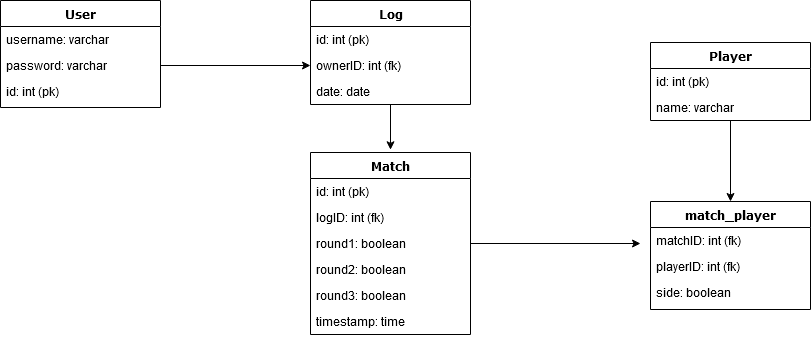
Before: documentation/data.png, a diagram exported from draw.io (sorjjoon/MyParser). Source tidied: cells renumbered, new cells last; positions are measured from the earlier drawing's top-left corner, leaving out a move shared by most shapes. The source it was exported from:
```xml
<mxGraphModel background="#ffffff">
  <root>
    <mxCell id="0" />
    <mxCell id="1" parent="0" />
    <mxCell id="2" value="User" style="swimlane;html=1;fontStyle=1;align=center;verticalAlign=top;horizontal=1;startSize=26;swimlaneFillColor=#ffffff;rounded=0;shadow=0;comic=0;labelBackgroundColor=none;strokeWidth=1;fillColor=none;fontFamily=Verdana;fontSize=12;" parent="1" vertex="1">
      <mxGeometry width="160" height="107" as="geometry" />
    </mxCell>
    <mxCell id="3" value="username: varchar" style="text;html=1;strokeColor=none;fillColor=none;align=left;verticalAlign=top;spacingLeft=4;spacingRight=4;whiteSpace=wrap;overflow=hidden;" parent="2" vertex="1">
      <mxGeometry y="26" width="160" height="26" as="geometry" />
    </mxCell>
    <mxCell id="4" value="password: varchar" style="text;html=1;strokeColor=none;fillColor=none;align=left;verticalAlign=top;spacingLeft=4;spacingRight=4;whiteSpace=wrap;overflow=hidden;points=[[0,0.5],[1,0.5]];portConstraint=eastwest;" parent="2" vertex="1">
      <mxGeometry y="52" width="160" height="26" as="geometry" />
    </mxCell>
    <mxCell id="5" value="id: int (pk)" style="text;html=1;strokeColor=none;fillColor=none;align=left;verticalAlign=top;spacingLeft=4;spacingRight=4;whiteSpace=wrap;overflow=hidden;" parent="2" vertex="1">
      <mxGeometry y="78" width="160" height="26" as="geometry" />
    </mxCell>
    <mxCell id="6" style="edgeStyle=orthogonalEdgeStyle;rounded=0;jettySize=auto;html=1;exitX=0.5;exitY=1;exitDx=0;exitDy=0;entryX=0.5;entryY=-0.015;entryDx=0;entryDy=0;entryPerimeter=0;" parent="1" edge="1" source="7" target="11">
      <mxGeometry relative="1" as="geometry" />
    </mxCell>
    <mxCell id="7" value="Log" style="swimlane;html=1;fontStyle=1;align=center;verticalAlign=top;horizontal=1;startSize=26;swimlaneFillColor=#ffffff;rounded=0;shadow=0;comic=0;labelBackgroundColor=none;strokeWidth=1;fillColor=none;fontFamily=Verdana;fontSize=12;" parent="1" vertex="1">
      <mxGeometry x="310" width="160" height="104" as="geometry" />
    </mxCell>
    <mxCell id="8" value="id: int (pk)" style="text;html=1;strokeColor=none;fillColor=none;align=left;verticalAlign=top;spacingLeft=4;spacingRight=4;whiteSpace=wrap;overflow=hidden;" parent="7" vertex="1">
      <mxGeometry y="26" width="160" height="26" as="geometry" />
    </mxCell>
    <mxCell id="9" value="ownerID: int (fk)" style="text;html=1;strokeColor=none;fillColor=none;align=left;verticalAlign=top;spacingLeft=4;spacingRight=4;whiteSpace=wrap;overflow=hidden;points=[[0,0.5],[1,0.5]];portConstraint=eastwest;" parent="7" vertex="1">
      <mxGeometry y="52" width="160" height="26" as="geometry" />
    </mxCell>
    <mxCell id="10" value="date: date" style="text;html=1;strokeColor=none;fillColor=none;align=left;verticalAlign=top;spacingLeft=4;spacingRight=4;whiteSpace=wrap;overflow=hidden;" parent="7" vertex="1">
      <mxGeometry y="78" width="160" height="26" as="geometry" />
    </mxCell>
    <mxCell id="11" value="Match" style="swimlane;html=1;fontStyle=1;align=center;verticalAlign=top;horizontal=1;startSize=26;swimlaneFillColor=#ffffff;rounded=0;shadow=0;comic=0;labelBackgroundColor=none;strokeWidth=1;fillColor=none;fontFamily=Verdana;fontSize=12;" parent="1" vertex="1">
      <mxGeometry x="310" y="152" width="160" height="182" as="geometry" />
    </mxCell>
    <mxCell id="12" value="id: int (pk)" style="text;html=1;strokeColor=none;fillColor=none;align=left;verticalAlign=top;spacingLeft=4;spacingRight=4;whiteSpace=wrap;overflow=hidden;" parent="11" vertex="1">
      <mxGeometry y="26" width="160" height="26" as="geometry" />
    </mxCell>
    <mxCell id="13" value="logID: int (fk)" style="text;strokeColor=none;fillColor=none;spacingLeft=4;spacingRight=4;overflow=hidden;fontSize=12;" parent="11" vertex="1">
      <mxGeometry y="52" width="160" height="26" as="geometry" />
    </mxCell>
    <mxCell id="14" value="round1: boolean" style="text;html=1;strokeColor=none;fillColor=none;align=left;verticalAlign=top;spacingLeft=4;spacingRight=4;whiteSpace=wrap;overflow=hidden;points=[[0,0.5],[1,0.5]];portConstraint=eastwest;" parent="11" vertex="1">
      <mxGeometry y="78" width="160" height="26" as="geometry" />
    </mxCell>
    <mxCell id="15" value="round2: boolean" style="text;html=1;strokeColor=none;fillColor=none;align=left;verticalAlign=top;spacingLeft=4;spacingRight=4;whiteSpace=wrap;overflow=hidden;" parent="11" vertex="1">
      <mxGeometry y="104" width="160" height="26" as="geometry" />
    </mxCell>
    <mxCell id="16" value="round3: boolean" style="text;html=1;strokeColor=none;fillColor=none;align=left;verticalAlign=top;spacingLeft=4;spacingRight=4;whiteSpace=wrap;overflow=hidden;" parent="11" vertex="1">
      <mxGeometry y="130" width="160" height="26" as="geometry" />
    </mxCell>
    <mxCell id="17" value="timestamp: time" style="text;html=1;strokeColor=none;fillColor=none;align=left;verticalAlign=top;spacingLeft=4;spacingRight=4;whiteSpace=wrap;overflow=hidden;" parent="11" vertex="1">
      <mxGeometry y="156" width="160" height="26" as="geometry" />
    </mxCell>
    <mxCell id="18" style="edgeStyle=orthogonalEdgeStyle;rounded=0;jettySize=auto;html=1;exitX=0.5;exitY=1;exitDx=0;exitDy=0;entryX=0.5;entryY=0;entryDx=0;entryDy=0;" parent="1" edge="1" source="19" target="22">
      <mxGeometry relative="1" as="geometry" />
    </mxCell>
    <mxCell id="19" value="Player" style="swimlane;html=1;fontStyle=1;align=center;verticalAlign=top;horizontal=1;startSize=26;swimlaneFillColor=#ffffff;rounded=0;shadow=0;comic=0;labelBackgroundColor=none;strokeWidth=1;fillColor=none;fontFamily=Verdana;fontSize=12;" parent="1" vertex="1">
      <mxGeometry x="650" y="42" width="160" height="78" as="geometry" />
    </mxCell>
    <mxCell id="20" value="id: int (pk)" style="text;html=1;strokeColor=none;fillColor=none;align=left;verticalAlign=top;spacingLeft=4;spacingRight=4;whiteSpace=wrap;overflow=hidden;" parent="19" vertex="1">
      <mxGeometry y="26" width="160" height="26" as="geometry" />
    </mxCell>
    <mxCell id="21" value="name: varchar" style="text;html=1;strokeColor=none;fillColor=none;align=left;verticalAlign=top;spacingLeft=4;spacingRight=4;whiteSpace=wrap;overflow=hidden;" parent="19" vertex="1">
      <mxGeometry y="52" width="160" height="26" as="geometry" />
    </mxCell>
    <mxCell id="22" value="match_player" style="swimlane;html=1;fontStyle=1;align=center;verticalAlign=top;horizontal=1;startSize=26;swimlaneFillColor=#ffffff;rounded=0;shadow=0;comic=0;labelBackgroundColor=none;strokeWidth=1;fillColor=none;fontFamily=Verdana;fontSize=12;" parent="1" vertex="1">
      <mxGeometry x="650" y="201" width="160" height="108" as="geometry" />
    </mxCell>
    <mxCell id="23" value="matchID: int (fk)" style="text;html=1;strokeColor=none;fillColor=none;align=left;verticalAlign=top;spacingLeft=4;spacingRight=4;whiteSpace=wrap;overflow=hidden;" parent="22" vertex="1">
      <mxGeometry y="26" width="160" height="26" as="geometry" />
    </mxCell>
    <mxCell id="24" value="playerID: int (fk)" style="text;html=1;strokeColor=none;fillColor=none;align=left;verticalAlign=top;spacingLeft=4;spacingRight=4;whiteSpace=wrap;overflow=hidden;" parent="22" vertex="1">
      <mxGeometry y="52" width="160" height="26" as="geometry" />
    </mxCell>
    <mxCell id="25" value="side: boolean" style="text;html=1;strokeColor=none;fillColor=none;align=left;verticalAlign=top;spacingLeft=4;spacingRight=4;whiteSpace=wrap;overflow=hidden;" parent="22" vertex="1">
      <mxGeometry y="78" width="160" height="26" as="geometry" />
    </mxCell>
    <mxCell id="26" style="edgeStyle=orthogonalEdgeStyle;rounded=0;jettySize=auto;html=1;exitX=1;exitY=0.5;exitDx=0;exitDy=0;entryX=0;entryY=0.5;entryDx=0;entryDy=0;" parent="1" edge="1" source="4" target="9">
      <mxGeometry relative="1" as="geometry" />
    </mxCell>
    <mxCell id="27" style="edgeStyle=orthogonalEdgeStyle;rounded=0;jettySize=auto;html=1;exitX=1;exitY=0.5;exitDx=0;exitDy=0;" parent="1" edge="1" source="14">
      <mxGeometry relative="1" as="geometry">
        <mxPoint x="640" y="243" as="targetPoint" />
      </mxGeometry>
    </mxCell>
  </root>
</mxGraphModel>
```
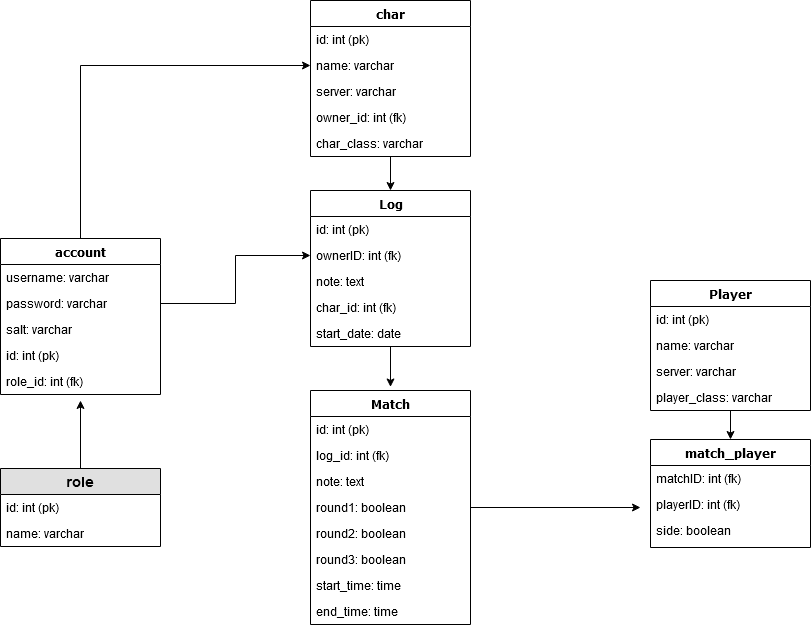
The same file after the commit.

What changed in the source:
```diff
@@ -2,8 +2,15 @@
   <root>
     <mxCell id="0" />
     <mxCell id="1" parent="0" />
+    <mxCell id="28" style="edgeStyle=orthogonalEdgeStyle;rounded=0;jettySize=auto;html=1;entryX=0;entryY=0.5;entryDx=0;entryDy=0;" parent="1" edge="1" source="2" target="45">
+      <mxGeometry relative="1" as="geometry">
+        <Array as="points">
+          <mxPoint x="80" y="-173" />
+        </Array>
+      </mxGeometry>
+    </mxCell>
-    <mxCell id="2" value="User" style="swimlane;html=1;fontStyle=1;align=center;verticalAlign=top;horizontal=1;startSize=26;swimlaneFillColor=#ffffff;rounded=0;shadow=0;comic=0;labelBackgroundColor=none;strokeWidth=1;fillColor=none;fontFamily=Verdana;fontSize=12;" parent="1" vertex="1">
-      <mxGeometry width="160" height="107" as="geometry" />
+    <mxCell id="2" value="account" style="swimlane;html=1;fontStyle=1;align=center;verticalAlign=top;horizontal=1;startSize=26;swimlaneFillColor=#ffffff;rounded=0;shadow=0;comic=0;labelBackgroundColor=none;strokeWidth=1;fillColor=none;fontFamily=Verdana;fontSize=12;" parent="1" vertex="1">
+      <mxGeometry width="160" height="156" as="geometry" />
     </mxCell>
     <mxCell id="3" value="username: varchar" style="text;html=1;strokeColor=none;fillColor=none;align=left;verticalAlign=top;spacingLeft=4;spacingRight=4;whiteSpace=wrap;overflow=hidden;" parent="2" vertex="1">
       <mxGeometry y="26" width="160" height="26" as="geometry" />
@@ -11,14 +18,20 @@
     <mxCell id="4" value="password: varchar" style="text;html=1;strokeColor=none;fillColor=none;align=left;verticalAlign=top;spacingLeft=4;spacingRight=4;whiteSpace=wrap;overflow=hidden;points=[[0,0.5],[1,0.5]];portConstraint=eastwest;" parent="2" vertex="1">
       <mxGeometry y="52" width="160" height="26" as="geometry" />
     </mxCell>
+    <mxCell id="29" value="salt: varchar" style="text;html=1;strokeColor=none;fillColor=none;align=left;verticalAlign=top;spacingLeft=4;spacingRight=4;whiteSpace=wrap;overflow=hidden;" parent="2" vertex="1">
+      <mxGeometry y="78" width="160" height="26" as="geometry" />
+    </mxCell>
     <mxCell id="5" value="id: int (pk)" style="text;html=1;strokeColor=none;fillColor=none;align=left;verticalAlign=top;spacingLeft=4;spacingRight=4;whiteSpace=wrap;overflow=hidden;" parent="2" vertex="1">
-      <mxGeometry y="78" width="160" height="26" as="geometry" />
+      <mxGeometry y="104" width="160" height="26" as="geometry" />
     </mxCell>
+    <mxCell id="30" value="role_id: int (fk)" style="text;html=1;strokeColor=none;fillColor=none;align=left;verticalAlign=top;spacingLeft=4;spacingRight=4;whiteSpace=wrap;overflow=hidden;" parent="2" vertex="1">
+      <mxGeometry y="130" width="160" height="26" as="geometry" />
+    </mxCell>
     <mxCell id="6" style="edgeStyle=orthogonalEdgeStyle;rounded=0;jettySize=auto;html=1;exitX=0.5;exitY=1;exitDx=0;exitDy=0;entryX=0.5;entryY=-0.015;entryDx=0;entryDy=0;entryPerimeter=0;" parent="1" edge="1" source="7" target="11">
       <mxGeometry relative="1" as="geometry" />
     </mxCell>
     <mxCell id="7" value="Log" style="swimlane;html=1;fontStyle=1;align=center;verticalAlign=top;horizontal=1;startSize=26;swimlaneFillColor=#ffffff;rounded=0;shadow=0;comic=0;labelBackgroundColor=none;strokeWidth=1;fillColor=none;fontFamily=Verdana;fontSize=12;" parent="1" vertex="1">
-      <mxGeometry x="310" width="160" height="104" as="geometry" />
+      <mxGeometry x="310" y="-48" width="160" height="156" as="geometry" />
     </mxCell>
     <mxCell id="8" value="id: int (pk)" style="text;html=1;strokeColor=none;fillColor=none;align=left;verticalAlign=top;spacingLeft=4;spacingRight=4;whiteSpace=wrap;overflow=hidden;" parent="7" vertex="1">
       <mxGeometry y="26" width="160" height="26" as="geometry" />
@@ -26,35 +39,52 @@
     <mxCell id="9" value="ownerID: int (fk)" style="text;html=1;strokeColor=none;fillColor=none;align=left;verticalAlign=top;spacingLeft=4;spacingRight=4;whiteSpace=wrap;overflow=hidden;points=[[0,0.5],[1,0.5]];portConstraint=eastwest;" parent="7" vertex="1">
       <mxGeometry y="52" width="160" height="26" as="geometry" />
     </mxCell>
-    <mxCell id="10" value="date: date" style="text;html=1;strokeColor=none;fillColor=none;align=left;verticalAlign=top;spacingLeft=4;spacingRight=4;whiteSpace=wrap;overflow=hidden;" parent="7" vertex="1">
+    <mxCell id="10" value="note: text" style="text;html=1;strokeColor=none;fillColor=none;align=left;verticalAlign=top;spacingLeft=4;spacingRight=4;whiteSpace=wrap;overflow=hidden;" parent="7" vertex="1">
       <mxGeometry y="78" width="160" height="26" as="geometry" />
     </mxCell>
+    <mxCell id="31" value="char_id: int (fk)" style="text;html=1;strokeColor=none;fillColor=none;align=left;verticalAlign=top;spacingLeft=4;spacingRight=4;whiteSpace=wrap;overflow=hidden;" parent="7" vertex="1">
+      <mxGeometry y="104" width="160" height="26" as="geometry" />
+    </mxCell>
+    <mxCell id="32" value="start_date: date" style="text;html=1;strokeColor=none;fillColor=none;align=left;verticalAlign=top;spacingLeft=4;spacingRight=4;whiteSpace=wrap;overflow=hidden;" parent="7" vertex="1">
+      <mxGeometry y="130" width="160" height="26" as="geometry" />
+    </mxCell>
+    <mxCell id="33" style="edgeStyle=orthogonalEdgeStyle;rounded=0;jettySize=auto;html=1;" parent="1" edge="1" source="11">
+      <mxGeometry relative="1" as="geometry">
+        <mxPoint x="640" y="269" as="targetPoint" />
+      </mxGeometry>
+    </mxCell>
     <mxCell id="11" value="Match" style="swimlane;html=1;fontStyle=1;align=center;verticalAlign=top;horizontal=1;startSize=26;swimlaneFillColor=#ffffff;rounded=0;shadow=0;comic=0;labelBackgroundColor=none;strokeWidth=1;fillColor=none;fontFamily=Verdana;fontSize=12;" parent="1" vertex="1">
-      <mxGeometry x="310" y="152" width="160" height="182" as="geometry" />
+      <mxGeometry x="310" y="152" width="160" height="234" as="geometry" />
     </mxCell>
     <mxCell id="12" value="id: int (pk)" style="text;html=1;strokeColor=none;fillColor=none;align=left;verticalAlign=top;spacingLeft=4;spacingRight=4;whiteSpace=wrap;overflow=hidden;" parent="11" vertex="1">
       <mxGeometry y="26" width="160" height="26" as="geometry" />
     </mxCell>
-    <mxCell id="13" value="logID: int (fk)" style="text;strokeColor=none;fillColor=none;spacingLeft=4;spacingRight=4;overflow=hidden;fontSize=12;" parent="11" vertex="1">
+    <mxCell id="13" value="log_id: int (fk)" style="text;strokeColor=none;fillColor=none;spacingLeft=4;spacingRight=4;overflow=hidden;fontSize=12;" parent="11" vertex="1">
       <mxGeometry y="52" width="160" height="26" as="geometry" />
     </mxCell>
+    <mxCell id="34" value="note: text" style="text;html=1;strokeColor=none;fillColor=none;align=left;verticalAlign=top;spacingLeft=4;spacingRight=4;whiteSpace=wrap;overflow=hidden;" parent="11" vertex="1">
+      <mxGeometry y="78" width="160" height="26" as="geometry" />
+    </mxCell>
     <mxCell id="14" value="round1: boolean" style="text;html=1;strokeColor=none;fillColor=none;align=left;verticalAlign=top;spacingLeft=4;spacingRight=4;whiteSpace=wrap;overflow=hidden;points=[[0,0.5],[1,0.5]];portConstraint=eastwest;" parent="11" vertex="1">
-      <mxGeometry y="78" width="160" height="26" as="geometry" />
+      <mxGeometry y="104" width="160" height="26" as="geometry" />
     </mxCell>
     <mxCell id="15" value="round2: boolean" style="text;html=1;strokeColor=none;fillColor=none;align=left;verticalAlign=top;spacingLeft=4;spacingRight=4;whiteSpace=wrap;overflow=hidden;" parent="11" vertex="1">
-      <mxGeometry y="104" width="160" height="26" as="geometry" />
+      <mxGeometry y="130" width="160" height="26" as="geometry" />
     </mxCell>
     <mxCell id="16" value="round3: boolean" style="text;html=1;strokeColor=none;fillColor=none;align=left;verticalAlign=top;spacingLeft=4;spacingRight=4;whiteSpace=wrap;overflow=hidden;" parent="11" vertex="1">
-      <mxGeometry y="130" width="160" height="26" as="geometry" />
+      <mxGeometry y="156" width="160" height="26" as="geometry" />
     </mxCell>
-    <mxCell id="17" value="timestamp: time" style="text;html=1;strokeColor=none;fillColor=none;align=left;verticalAlign=top;spacingLeft=4;spacingRight=4;whiteSpace=wrap;overflow=hidden;" parent="11" vertex="1">
-      <mxGeometry y="156" width="160" height="26" as="geometry" />
+    <mxCell id="17" value="start_time: time" style="text;html=1;strokeColor=none;fillColor=none;align=left;verticalAlign=top;spacingLeft=4;spacingRight=4;whiteSpace=wrap;overflow=hidden;" parent="11" vertex="1">
+      <mxGeometry y="182" width="160" height="26" as="geometry" />
     </mxCell>
+    <mxCell id="35" value="end_time: time" style="text;html=1;strokeColor=none;fillColor=none;align=left;verticalAlign=top;spacingLeft=4;spacingRight=4;whiteSpace=wrap;overflow=hidden;" parent="11" vertex="1">
+      <mxGeometry y="208" width="160" height="26" as="geometry" />
+    </mxCell>
     <mxCell id="18" style="edgeStyle=orthogonalEdgeStyle;rounded=0;jettySize=auto;html=1;exitX=0.5;exitY=1;exitDx=0;exitDy=0;entryX=0.5;entryY=0;entryDx=0;entryDy=0;" parent="1" edge="1" source="19" target="22">
       <mxGeometry relative="1" as="geometry" />
     </mxCell>
     <mxCell id="19" value="Player" style="swimlane;html=1;fontStyle=1;align=center;verticalAlign=top;horizontal=1;startSize=26;swimlaneFillColor=#ffffff;rounded=0;shadow=0;comic=0;labelBackgroundColor=none;strokeWidth=1;fillColor=none;fontFamily=Verdana;fontSize=12;" parent="1" vertex="1">
-      <mxGeometry x="650" y="42" width="160" height="78" as="geometry" />
+      <mxGeometry x="650" y="42" width="160" height="130" as="geometry" />
     </mxCell>
     <mxCell id="20" value="id: int (pk)" style="text;html=1;strokeColor=none;fillColor=none;align=left;verticalAlign=top;spacingLeft=4;spacingRight=4;whiteSpace=wrap;overflow=hidden;" parent="19" vertex="1">
       <mxGeometry y="26" width="160" height="26" as="geometry" />
@@ -62,6 +92,12 @@
     <mxCell id="21" value="name: varchar" style="text;html=1;strokeColor=none;fillColor=none;align=left;verticalAlign=top;spacingLeft=4;spacingRight=4;whiteSpace=wrap;overflow=hidden;" parent="19" vertex="1">
       <mxGeometry y="52" width="160" height="26" as="geometry" />
     </mxCell>
+    <mxCell id="36" value="server: varchar" style="text;html=1;strokeColor=none;fillColor=none;align=left;verticalAlign=top;spacingLeft=4;spacingRight=4;whiteSpace=wrap;overflow=hidden;" parent="19" vertex="1">
+      <mxGeometry y="78" width="160" height="26" as="geometry" />
+    </mxCell>
+    <mxCell id="37" value="player_class: varchar" style="text;html=1;strokeColor=none;fillColor=none;align=left;verticalAlign=top;spacingLeft=4;spacingRight=4;whiteSpace=wrap;overflow=hidden;" parent="19" vertex="1">
+      <mxGeometry y="104" width="160" height="26" as="geometry" />
+    </mxCell>
     <mxCell id="22" value="match_player" style="swimlane;html=1;fontStyle=1;align=center;verticalAlign=top;horizontal=1;startSize=26;swimlaneFillColor=#ffffff;rounded=0;shadow=0;comic=0;labelBackgroundColor=none;strokeWidth=1;fillColor=none;fontFamily=Verdana;fontSize=12;" parent="1" vertex="1">
       <mxGeometry x="650" y="201" width="160" height="108" as="geometry" />
     </mxCell>
@@ -77,10 +113,40 @@
     <mxCell id="26" style="edgeStyle=orthogonalEdgeStyle;rounded=0;jettySize=auto;html=1;exitX=1;exitY=0.5;exitDx=0;exitDy=0;entryX=0;entryY=0.5;entryDx=0;entryDy=0;" parent="1" edge="1" source="4" target="9">
       <mxGeometry relative="1" as="geometry" />
     </mxCell>
-    <mxCell id="27" style="edgeStyle=orthogonalEdgeStyle;rounded=0;jettySize=auto;html=1;exitX=1;exitY=0.5;exitDx=0;exitDy=0;" parent="1" edge="1" source="14">
-      <mxGeometry relative="1" as="geometry">
-        <mxPoint x="640" y="243" as="targetPoint" />
-      </mxGeometry>
-    </mxCell>
+    <mxCell id="38" style="edgeStyle=orthogonalEdgeStyle;rounded=0;jettySize=auto;html=1;" parent="1" edge="1" source="39">
+      <mxGeometry relative="1" as="geometry">
+        <mxPoint x="80" y="162" as="targetPoint" />
+      </mxGeometry>
+    </mxCell>
+    <mxCell id="39" value="role" style="swimlane;fontStyle=1;horizontal=1;startSize=26;fillColor=#e0e0e0;swimlaneFillColor=#ffffff;align=center;fontSize=14;" parent="1" vertex="1">
+      <mxGeometry y="230" width="160" height="78" as="geometry" />
+    </mxCell>
+    <mxCell id="40" value="id: int (pk)" style="text;strokeColor=none;fillColor=none;spacingLeft=4;spacingRight=4;overflow=hidden;fontSize=12;" parent="39" vertex="1">
+      <mxGeometry y="26" width="160" height="26" as="geometry" />
+    </mxCell>
+    <mxCell id="41" value="name: varchar" style="text;strokeColor=none;fillColor=none;spacingLeft=4;spacingRight=4;overflow=hidden;fontSize=12;" parent="39" vertex="1">
+      <mxGeometry y="52" width="160" height="26" as="geometry" />
+    </mxCell>
+    <mxCell id="42" style="edgeStyle=orthogonalEdgeStyle;rounded=0;jettySize=auto;html=1;entryX=0.5;entryY=0;entryDx=0;entryDy=0;" parent="1" edge="1" source="43" target="7">
+      <mxGeometry relative="1" as="geometry" />
+    </mxCell>
+    <mxCell id="43" value="char" style="swimlane;html=1;fontStyle=1;align=center;verticalAlign=top;horizontal=1;startSize=26;swimlaneFillColor=#ffffff;rounded=0;shadow=0;comic=0;labelBackgroundColor=none;strokeWidth=1;fillColor=none;fontFamily=Verdana;fontSize=12;" parent="1" vertex="1">
+      <mxGeometry x="310" y="-238" width="160" height="156" as="geometry" />
+    </mxCell>
+    <mxCell id="44" value="id: int (pk)" style="text;html=1;strokeColor=none;fillColor=none;align=left;verticalAlign=top;spacingLeft=4;spacingRight=4;whiteSpace=wrap;overflow=hidden;" parent="43" vertex="1">
+      <mxGeometry y="26" width="160" height="26" as="geometry" />
+    </mxCell>
+    <mxCell id="45" value="name: varchar" style="text;html=1;strokeColor=none;fillColor=none;align=left;verticalAlign=top;spacingLeft=4;spacingRight=4;whiteSpace=wrap;overflow=hidden;points=[[0,0.5],[1,0.5]];portConstraint=eastwest;" parent="43" vertex="1">
+      <mxGeometry y="52" width="160" height="26" as="geometry" />
+    </mxCell>
+    <mxCell id="46" value="server: varchar" style="text;html=1;strokeColor=none;fillColor=none;align=left;verticalAlign=top;spacingLeft=4;spacingRight=4;whiteSpace=wrap;overflow=hidden;" parent="43" vertex="1">
+      <mxGeometry y="78" width="160" height="26" as="geometry" />
+    </mxCell>
+    <mxCell id="47" value="owner_id: int (fk)" style="text;html=1;strokeColor=none;fillColor=none;align=left;verticalAlign=top;spacingLeft=4;spacingRight=4;whiteSpace=wrap;overflow=hidden;" parent="43" vertex="1">
+      <mxGeometry y="104" width="160" height="26" as="geometry" />
+    </mxCell>
+    <mxCell id="48" value="char_class: varchar" style="text;html=1;strokeColor=none;fillColor=none;align=left;verticalAlign=top;spacingLeft=4;spacingRight=4;whiteSpace=wrap;overflow=hidden;" parent="43" vertex="1">
+      <mxGeometry y="130" width="160" height="26" as="geometry" />
+    </mxCell>
   </root>
 </mxGraphModel>
```
